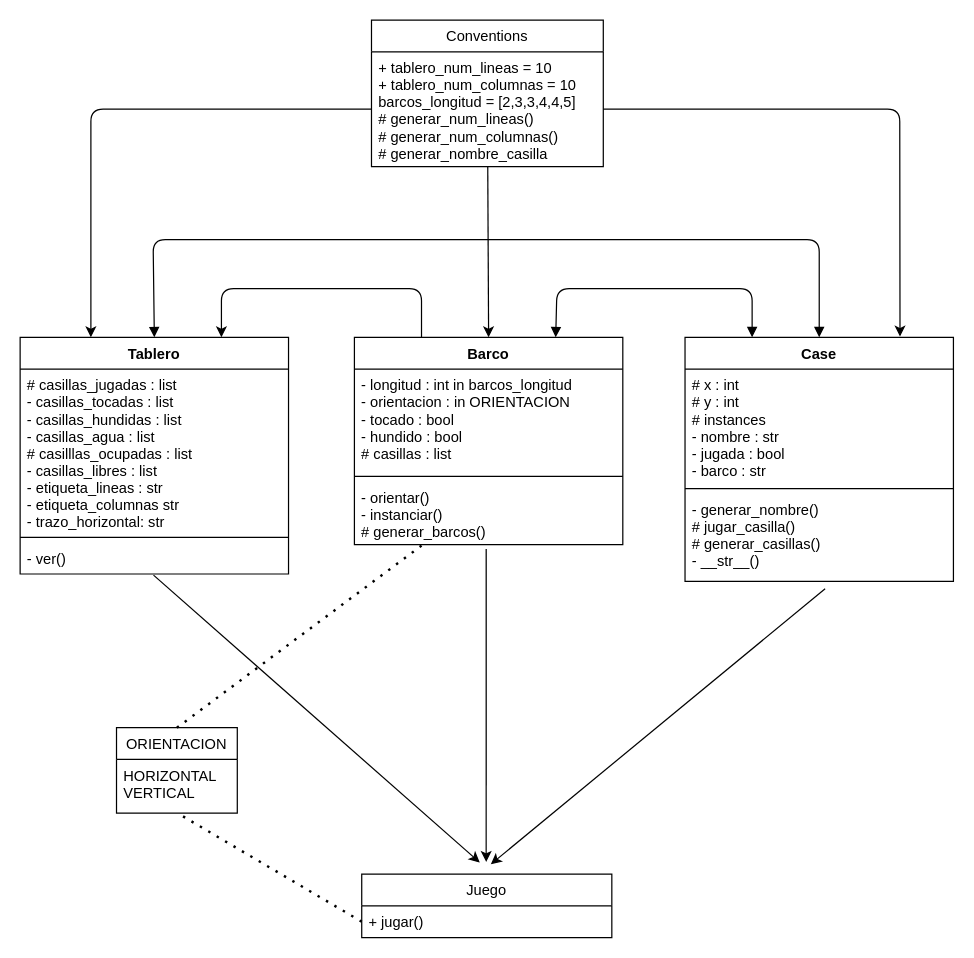
This is UMLs/diagrama-clases.drawio from lidia-veli/juego-barcos, a draw.io file, before an edit. Source tidied: cells renumbered, new cells numbered last; positions are measured from the earlier drawing's top-left corner, leaving out a move shared by most shapes. Both pictures are drawn from the tidied source at 122%, with x=0, y=0 at pixel (20, 20).
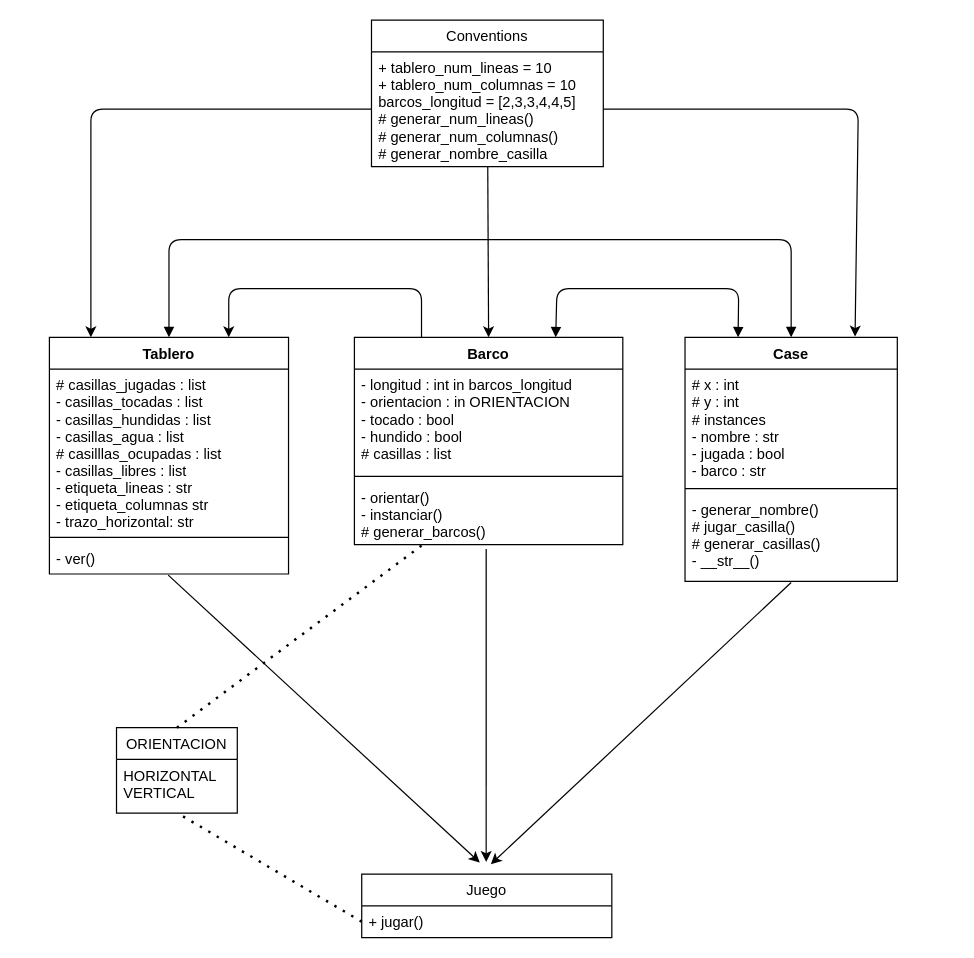
After the change.

Commit message (it also covers changes not shown here):
foto diagrama

Unchanged cells that the change refers to:
```xml
<mxCell id="7" value="Barco" style="swimlane;fontStyle=1;align=center;verticalAlign=top;horizontal=1;startSize=26;" parent="1" vertex="1">
  <mxGeometry x="274" y="260" width="220" height="170" as="geometry" />
</mxCell>
<mxCell id="20" value="Juego" style="swimlane;fontStyle=0;horizontal=1;startSize=26;fillColor=none;" parent="1" vertex="1">
  <mxGeometry x="280" y="700" width="205" height="52" as="geometry" />
</mxCell>
<mxCell id="26" value="+ tablero_num_lineas = 10&#10;+ tablero_num_columnas = 10&#10;barcos_longitud = [2,3,3,4,4,5]&#10;# generar_num_lineas()&#10;# generar_num_columnas()&#10;# generar_nombre_casilla" style="text;strokeColor=none;fillColor=none;align=left;verticalAlign=top;spacingLeft=4;spacingRight=4;overflow=hidden;points=[[0,0.5],[1,0.5]];portConstraint=eastwest;" parent="25" vertex="1">
  <mxGeometry y="26" width="190" height="94" as="geometry" />
</mxCell>
```

Change to the diagram source:
```diff
@@
-<mxGraphModel>
+<mxGraphModel background="#ffffff">
@@
     <mxCell id="2" value="Tablero" style="swimlane;fontStyle=1;align=center;verticalAlign=top;horizontal=1;startSize=26;" parent="1" vertex="1">
-      <mxGeometry y="260" width="220" height="194" as="geometry" />
+      <mxGeometry x="24" y="260" width="196" height="194" as="geometry" />
     </mxCell>
     <mxCell id="3" value="# casillas_jugadas : list&#10;- casillas_tocadas : list&#10;- casillas_hundidas : list&#10;- casillas_agua : list&#10;# casilllas_ocupadas : list&#10;- casillas_libres : list&#10;- etiqueta_lineas : str&#10;- etiqueta_columnas str&#10;- trazo_horizontal: str" style="text;strokeColor=none;fillColor=none;align=left;verticalAlign=top;spacingLeft=4;spacingRight=4;overflow=hidden;" parent="2" vertex="1">
-      <mxGeometry y="26" width="220" height="134" as="geometry" />
+      <mxGeometry y="26" width="196" height="134" as="geometry" />
     </mxCell>
     <mxCell id="4" style="line;strokeWidth=1;fillColor=none;align=left;verticalAlign=middle;spacingTop=-1;spacingLeft=3;spacingRight=3;labelPosition=right;strokeColor=inherit;" parent="2" vertex="1">
-      <mxGeometry y="160" width="220" height="8" as="geometry" />
+      <mxGeometry y="160" width="196" height="8" as="geometry" />
     </mxCell>
     <mxCell id="5" value="- ver()" style="text;strokeColor=none;fillColor=none;align=left;verticalAlign=top;spacingLeft=4;spacingRight=4;overflow=hidden;points=[[0,0.5],[1,0.5]];portConstraint=eastwest;" parent="2" vertex="1">
-      <mxGeometry y="168" width="220" height="26" as="geometry" />
+      <mxGeometry y="168" width="196" height="26" as="geometry" />
     </mxCell>
     <mxCell id="6" style="edgeStyle=none;html=1;exitX=0.25;exitY=0;exitDx=0;exitDy=0;entryX=0.75;entryY=0;entryDx=0;entryDy=0;" parent="1" edge="1" source="7" target="2">
       <mxGeometry relative="1" as="geometry">
         <Array as="points">
           <mxPoint x="329" y="220" />
-          <mxPoint x="165" y="220" />
+          <mxPoint x="171" y="220" />
         </Array>
       </mxGeometry>
     </mxCell>
@@
     <mxCell id="11" value="Case" style="swimlane;fontStyle=1;align=center;verticalAlign=top;horizontal=1;startSize=26;" parent="1" vertex="1">
-      <mxGeometry x="545" y="260" width="220" height="200" as="geometry" />
+      <mxGeometry x="545" y="260" width="174" height="200" as="geometry" />
     </mxCell>
     <mxCell id="12" value="# x : int &#10;# y : int&#10;# instances&#10;- nombre : str&#10;- jugada : bool&#10;- barco : str" style="text;strokeColor=none;fillColor=none;align=left;verticalAlign=top;spacingLeft=4;spacingRight=4;overflow=hidden;" parent="11" vertex="1">
-      <mxGeometry y="26" width="220" height="94" as="geometry" />
+      <mxGeometry y="26" width="174" height="94" as="geometry" />
     </mxCell>
     <mxCell id="13" style="line;strokeWidth=1;fillColor=none;align=left;verticalAlign=middle;spacingTop=-1;spacingLeft=3;spacingRight=3;labelPosition=right;strokeColor=inherit;" parent="11" vertex="1">
-      <mxGeometry y="120" width="220" height="8" as="geometry" />
+      <mxGeometry y="120" width="174" height="8" as="geometry" />
     </mxCell>
     <mxCell id="14" value="- generar_nombre()&#10;# jugar_casilla()&#10;# generar_casillas()&#10;- __str__()" style="text;strokeColor=none;fillColor=none;align=left;verticalAlign=top;spacingLeft=4;spacingRight=4;overflow=hidden;points=[[0,0.5],[1,0.5]];portConstraint=eastwest;" parent="11" vertex="1">
-      <mxGeometry y="128" width="220" height="72" as="geometry" />
+      <mxGeometry y="128" width="174" height="72" as="geometry" />
     </mxCell>
@@
-    <mxCell id="19" style="edgeStyle=none;html=1;exitX=0.522;exitY=1.084;exitDx=0;exitDy=0;exitPerimeter=0;entryX=0.516;entryY=-0.155;entryDx=0;entryDy=0;entryPerimeter=0;" parent="1" edge="1" source="14" target="20">
-      <mxGeometry relative="1" as="geometry" />
+    <mxCell id="19" style="edgeStyle=none;html=1;entryX=0.516;entryY=-0.155;entryDx=0;entryDy=0;entryPerimeter=0;" parent="1" edge="1" target="20">
+      <mxGeometry relative="1" as="geometry">
+        <mxPoint x="632" y="461" as="sourcePoint" />
+      </mxGeometry>
     </mxCell>
@@
     <mxCell id="22" style="endArrow=block;startArrow=block;endFill=1;startFill=1;html=1;exitX=0.75;exitY=0;exitDx=0;exitDy=0;entryX=0.25;entryY=0;entryDx=0;entryDy=0;" parent="1" edge="1" source="7" target="11">
       <mxGeometry relative="1" as="geometry">
         <Array as="points">
           <mxPoint x="440" y="220" />
-          <mxPoint x="600" y="220" />
+          <mxPoint x="589" y="220" />
         </Array>
       </mxGeometry>
     </mxCell>
@@
     <mxCell id="27" style="edgeStyle=none;html=1;exitX=1;exitY=0.5;exitDx=0;exitDy=0;entryX=0.801;entryY=-0.003;entryDx=0;entryDy=0;entryPerimeter=0;" parent="1" edge="1" source="26" target="11">
       <mxGeometry relative="1" as="geometry">
         <Array as="points">
-          <mxPoint x="721" y="73" />
+          <mxPoint x="687" y="73" />
         </Array>
       </mxGeometry>
     </mxCell>
     <mxCell id="28" style="endArrow=block;startArrow=block;endFill=1;startFill=1;html=1;exitX=0.5;exitY=0;exitDx=0;exitDy=0;entryX=0.5;entryY=0;entryDx=0;entryDy=0;" parent="1" edge="1" source="2" target="11">
       <mxGeometry relative="1" as="geometry">
         <Array as="points">
-          <mxPoint x="109" y="180" />
-          <mxPoint x="655" y="180" />
+          <mxPoint x="122" y="180" />
+          <mxPoint x="632" y="180" />
         </Array>
       </mxGeometry>
     </mxCell>
```
